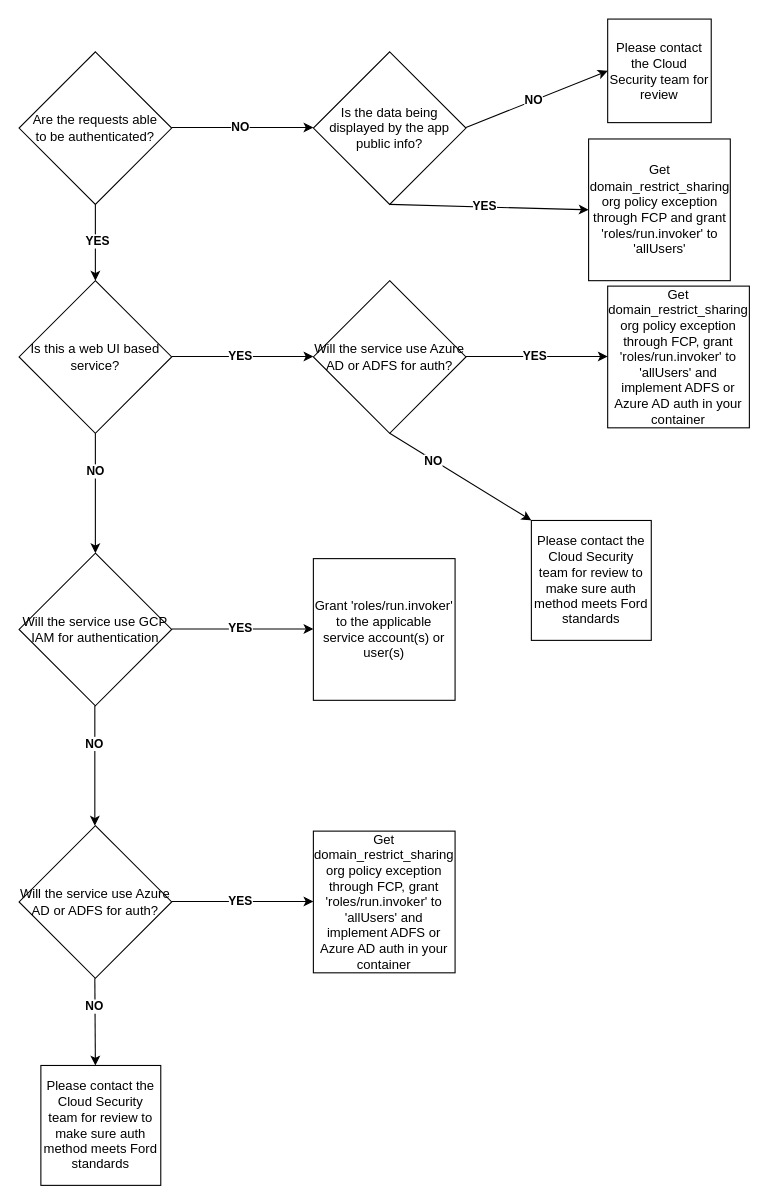
Earlier version of the draw.io diagram charts/Untitled Diagram.drawio (rmdwyer/flow-charts). Source tidied: cells renumbered, new cells numbered last; positions are measured from the earlier drawing's top-left corner, leaving out a move shared by most shapes. Both pictures are drawn from the tidied source at 109%, with x=0, y=0 at pixel (19, 19).
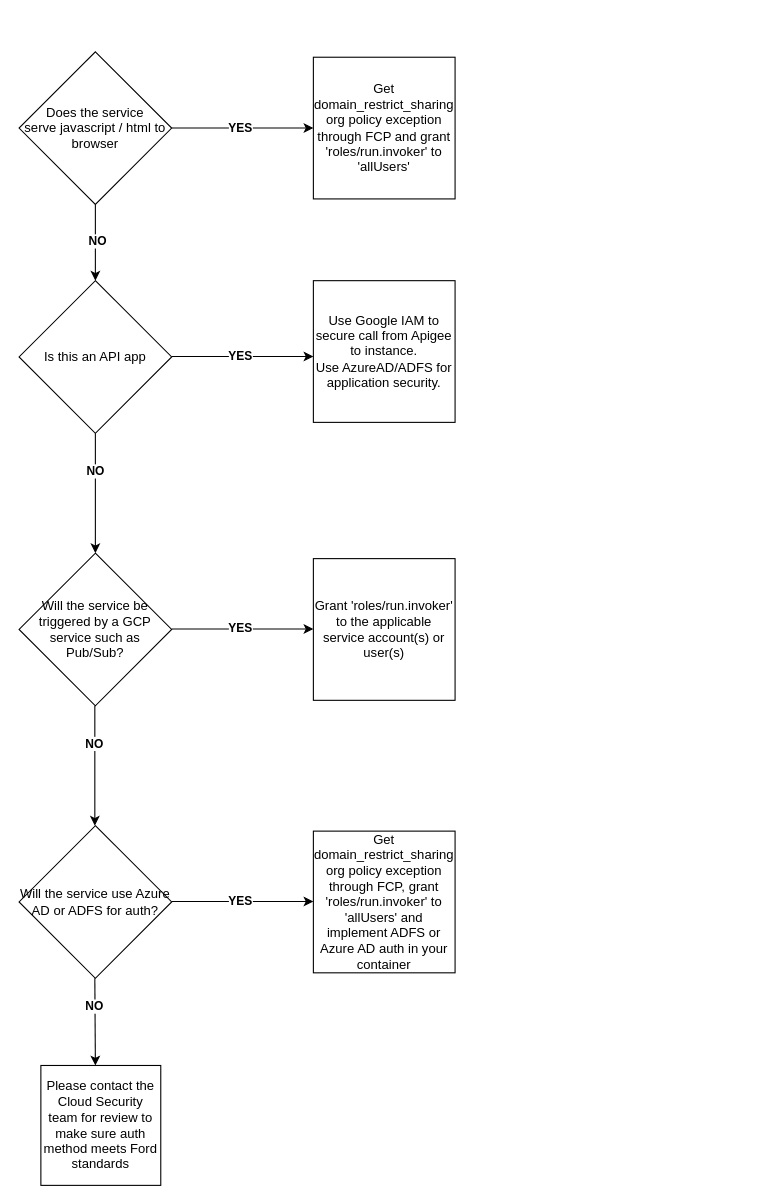
The same diagram, later.

The change refers to these unchanged cells:
```xml
<mxCell id="11" style="endArrow=classic;html=1;rounded=0;entryX=0.5;entryY=0;entryDx=0;entryDy=0;" parent="1" edge="1" target="2">
  <mxGeometry relative="1" as="geometry">
    <mxPoint x="70" y="170" as="sourcePoint" />
  </mxGeometry>
</mxCell>
```

Change to the diagram source:
```diff
@@
-    <mxCell id="2" value="Is this a web UI based service?" style="rhombus;whiteSpace=wrap;html=1;" parent="1" vertex="1">
+    <mxCell id="2" value="Is this an API app" style="rhombus;whiteSpace=wrap;html=1;" parent="1" vertex="1">
       <mxGeometry y="240" width="140" height="140" as="geometry" />
     </mxCell>
@@
-    <mxCell id="7" value="Get domain_restrict_sharing org policy exception through FCP, grant 'roles/run.invoker' to 'allUsers' and implement ADFS or Azure AD auth in your container" style="whiteSpace=wrap;html=1;" parent="1" vertex="1">
-      <mxGeometry x="540" y="245" width="130" height="130" as="geometry" />
-    </mxCell>
-    <mxCell id="8" value="Are the requests able&lt;br&gt;to be authenticated?" style="rhombus;whiteSpace=wrap;html=1;" parent="1" vertex="1">
+    <mxCell id="8" value="Does the service&lt;br&gt;serve javascript / html to browser" style="rhombus;whiteSpace=wrap;html=1;" parent="1" vertex="1">
       <mxGeometry y="30" width="140" height="140" as="geometry" />
     </mxCell>
-    <mxCell id="9" style="endArrow=classic;html=1;rounded=0;" parent="1" edge="1">
-      <mxGeometry relative="1" as="geometry">
-        <mxPoint x="140" y="99.5" as="sourcePoint" />
-        <mxPoint x="270" y="99.5" as="targetPoint" />
-      </mxGeometry>
-    </mxCell>
-    <mxCell id="10" value="NO" style="edgeLabel;html=1;align=center;verticalAlign=middle;fontStyle=1;" parent="9" vertex="1">
-      <mxGeometry x="-0.05" y="1" relative="1" as="geometry" />
-    </mxCell>
@@
-    <mxCell id="12" value="YES" style="edgeLabel;html=1;align=center;verticalAlign=middle;fontStyle=1;" parent="11" vertex="1">
+    <mxCell id="12" value="NO" style="edgeLabel;html=1;align=center;verticalAlign=middle;fontStyle=1;" parent="11" vertex="1">
       <mxGeometry x="-0.05" y="1" relative="1" as="geometry" />
     </mxCell>
-    <mxCell id="13" value="Please contact the Cloud Security team for review" style="whiteSpace=wrap;html=1;" parent="1" vertex="1">
-      <mxGeometry x="540" width="95" height="95" as="geometry" />
-    </mxCell>
-    <mxCell id="14" value="Will the service use GCP IAM for authentication" style="rhombus;whiteSpace=wrap;html=1;" parent="1" vertex="1">
+    <mxCell id="14" value="Will the service be triggered by a GCP service such as Pub/Sub?" style="rhombus;whiteSpace=wrap;html=1;" parent="1" vertex="1">
       <mxGeometry y="490" width="140" height="140" as="geometry" />
     </mxCell>
@@
-    <mxCell id="26" value="Will the service use Azure AD or ADFS for auth?" style="rhombus;whiteSpace=wrap;html=1;" parent="1" vertex="1">
-      <mxGeometry x="270" y="240" width="140" height="140" as="geometry" />
-    </mxCell>
-    <mxCell id="27" style="endArrow=classic;html=1;rounded=0;" parent="1" edge="1">
-      <mxGeometry relative="1" as="geometry">
-        <mxPoint x="410" y="309.5" as="sourcePoint" />
-        <mxPoint x="540" y="309.5" as="targetPoint" />
-      </mxGeometry>
-    </mxCell>
-    <mxCell id="28" value="YES" style="edgeLabel;html=1;align=center;verticalAlign=middle;fontStyle=1;" parent="27" vertex="1">
-      <mxGeometry x="-0.05" y="1" relative="1" as="geometry" />
-    </mxCell>
-    <mxCell id="29" style="endArrow=classic;html=1;rounded=0;exitX=0.5;exitY=1;exitDx=0;exitDy=0;" parent="1" edge="1" source="26">
-      <mxGeometry relative="1" as="geometry">
-        <mxPoint x="470" y="460" as="targetPoint" />
-      </mxGeometry>
-    </mxCell>
-    <mxCell id="30" value="NO" style="edgeLabel;html=1;align=center;verticalAlign=middle;fontStyle=1;" parent="29" vertex="1">
-      <mxGeometry x="-0.38" y="-1" relative="1" as="geometry" />
-    </mxCell>
-    <mxCell id="31" value="Please contact the Cloud Security team for review to make sure auth method meets Ford standards" style="whiteSpace=wrap;html=1;" parent="1" vertex="1">
-      <mxGeometry x="470" y="460" width="110" height="110" as="geometry" />
-    </mxCell>
@@
-    <mxCell id="33" value="Is the data being displayed by the app public info?" style="rhombus;whiteSpace=wrap;html=1;" parent="1" vertex="1">
-      <mxGeometry x="270" y="30" width="140" height="140" as="geometry" />
-    </mxCell>
-    <mxCell id="34" style="endArrow=classic;html=1;rounded=0;entryX=0;entryY=0.5;entryDx=0;entryDy=0;" parent="1" edge="1" target="13">
-      <mxGeometry relative="1" as="geometry">
-        <mxPoint x="410" y="99.5" as="sourcePoint" />
-      </mxGeometry>
-    </mxCell>
-    <mxCell id="35" value="NO" style="edgeLabel;html=1;align=center;verticalAlign=middle;fontStyle=1;" parent="34" vertex="1">
-      <mxGeometry x="-0.05" y="1" relative="1" as="geometry" />
-    </mxCell>
     <mxCell id="36" style="endArrow=classic;html=1;rounded=0;entryX=0;entryY=0.5;entryDx=0;entryDy=0;" parent="1" edge="1" target="38">
       <mxGeometry relative="1" as="geometry">
-        <mxPoint x="340" y="170" as="sourcePoint" />
+        <mxPoint x="140" y="100" as="sourcePoint" />
       </mxGeometry>
     </mxCell>
@@
     <mxCell id="38" value="Get domain_restrict_sharing org policy exception through FCP and grant 'roles/run.invoker' to 'allUsers'" style="whiteSpace=wrap;html=1;" parent="1" vertex="1">
-      <mxGeometry x="522.5" y="110" width="130" height="130" as="geometry" />
+      <mxGeometry x="270" y="35" width="130" height="130" as="geometry" />
     </mxCell>
+    <mxCell id="39" value="&lt;span style=&quot;background-color: initial;&quot;&gt;Use Google IAM to secure call from Apigee to instance.&lt;/span&gt;&lt;br&gt;&lt;span style=&quot;background-color: initial;&quot;&gt;Use AzureAD/ADFS for application security.&lt;/span&gt;" style="whiteSpace=wrap;html=1;align=center;" parent="1" vertex="1">
+      <mxGeometry x="270" y="240" width="130" height="130" as="geometry" />
+    </mxCell>
```
